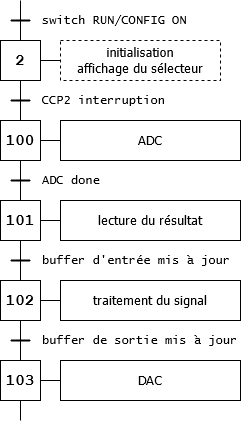
laura-bin/2021_microcontroleurs keeps this draw.io diagram as LB_PIC18F8722_Filtres/rapport/images/orga_run.png. Above is the earlier version. Source tidied: cells renumbered, new cells last; positions are measured from the earlier drawing's top-left corner, leaving out a move shared by most shapes. The source it was exported from:
```xml
<mxGraphModel>
  <root>
    <mxCell id="0" />
    <mxCell id="1" parent="0" />
    <mxCell id="2" value="&lt;font style=&quot;font-size: 16px&quot;&gt;&lt;b&gt;&lt;font style=&quot;font-size: 16px&quot; face=&quot;Courier New&quot;&gt;2&lt;/font&gt;&lt;/b&gt;&lt;/font&gt;" style="rounded=0;whiteSpace=wrap;html=1;" parent="1" vertex="1">
      <mxGeometry y="40" width="40" height="40" as="geometry" />
    </mxCell>
    <mxCell id="3" style="edgeStyle=orthogonalEdgeStyle;rounded=0;jettySize=auto;html=1;exitX=1;exitY=0.5;exitDx=0;exitDy=0;entryX=0;entryY=0.5;entryDx=0;entryDy=0;endArrow=none;endFill=0;" parent="1" edge="1" target="4">
      <mxGeometry relative="1" as="geometry">
        <mxPoint x="40" y="60" as="sourcePoint" />
      </mxGeometry>
    </mxCell>
    <mxCell id="4" value="&lt;div style=&quot;font-size: 13px&quot; align=&quot;center&quot;&gt;&lt;font style=&quot;font-size: 13px&quot; face=&quot;Tahoma&quot;&gt;initialisation&lt;br&gt;&lt;/font&gt;&lt;/div&gt;&lt;div style=&quot;font-size: 13px&quot; align=&quot;center&quot;&gt;&lt;font style=&quot;font-size: 13px&quot; face=&quot;Tahoma&quot;&gt;affichage du sélecteur&lt;br&gt;&lt;/font&gt;&lt;/div&gt;" style="rounded=0;whiteSpace=wrap;html=1;strokeColor=#000000;strokeWidth=1;dashed=1;align=center;" parent="1" vertex="1">
      <mxGeometry x="60" y="40" width="160" height="40" as="geometry" />
    </mxCell>
    <mxCell id="5" style="edgeStyle=orthogonalEdgeStyle;rounded=0;jettySize=auto;html=1;exitX=0.5;exitY=1;exitDx=0;exitDy=0;entryX=0.5;entryY=0;entryDx=0;entryDy=0;endArrow=none;endFill=0;" parent="1" edge="1" source="6" target="12">
      <mxGeometry relative="1" as="geometry" />
    </mxCell>
    <mxCell id="6" value="&lt;font style=&quot;font-size: 16px&quot;&gt;&lt;b&gt;&lt;font style=&quot;font-size: 16px&quot; face=&quot;Courier New&quot;&gt;100&lt;/font&gt;&lt;/b&gt;&lt;/font&gt;" style="rounded=0;whiteSpace=wrap;html=1;" parent="1" vertex="1">
      <mxGeometry y="120" width="40" height="40" as="geometry" />
    </mxCell>
    <mxCell id="7" style="edgeStyle=orthogonalEdgeStyle;rounded=0;jettySize=auto;html=1;exitX=1;exitY=0.5;exitDx=0;exitDy=0;entryX=0;entryY=0.5;entryDx=0;entryDy=0;endArrow=none;endFill=0;" parent="1" edge="1" target="8">
      <mxGeometry relative="1" as="geometry">
        <mxPoint x="40" y="140" as="sourcePoint" />
      </mxGeometry>
    </mxCell>
    <mxCell id="8" value="&lt;div style=&quot;font-size: 13px&quot; align=&quot;center&quot;&gt;&lt;font style=&quot;font-size: 13px&quot; face=&quot;Tahoma&quot;&gt;ADC&lt;br&gt;&lt;/font&gt;&lt;/div&gt;" style="rounded=0;whiteSpace=wrap;html=1;strokeColor=#000000;strokeWidth=1;align=center;" parent="1" vertex="1">
      <mxGeometry x="60" y="120" width="180" height="40" as="geometry" />
    </mxCell>
    <mxCell id="9" style="endArrow=none;html=1;strokeWidth=2;" parent="1" edge="1">
      <mxGeometry relative="1" as="geometry">
        <mxPoint x="10" y="100" as="sourcePoint" />
        <mxPoint x="30" y="100" as="targetPoint" />
      </mxGeometry>
    </mxCell>
    <mxCell id="10" value="&lt;div align=&quot;left&quot;&gt;&lt;font face=&quot;Lucida Console&quot;&gt;CCP2 interruption&lt;/font&gt;&lt;font face=&quot;Lucida Console&quot;&gt;&lt;br&gt;&lt;/font&gt;&lt;/div&gt;" style="text;html=1;strokeColor=none;fillColor=none;align=left;verticalAlign=middle;whiteSpace=wrap;rounded=0;" parent="1" vertex="1">
      <mxGeometry x="40" y="90" width="200" height="20" as="geometry" />
    </mxCell>
    <mxCell id="11" style="edgeStyle=orthogonalEdgeStyle;rounded=0;jettySize=auto;html=1;exitX=0.5;exitY=1;exitDx=0;exitDy=0;entryX=0.5;entryY=0;entryDx=0;entryDy=0;endArrow=none;endFill=0;" parent="1" edge="1" source="12" target="17">
      <mxGeometry relative="1" as="geometry" />
    </mxCell>
    <mxCell id="12" value="&lt;font style=&quot;font-size: 16px&quot;&gt;&lt;b&gt;&lt;font style=&quot;font-size: 16px&quot; face=&quot;Courier New&quot;&gt;101&lt;/font&gt;&lt;/b&gt;&lt;/font&gt;" style="rounded=0;whiteSpace=wrap;html=1;" parent="1" vertex="1">
      <mxGeometry y="200" width="40" height="40" as="geometry" />
    </mxCell>
    <mxCell id="13" style="edgeStyle=orthogonalEdgeStyle;rounded=0;jettySize=auto;html=1;exitX=1;exitY=0.5;exitDx=0;exitDy=0;entryX=0;entryY=0.5;entryDx=0;entryDy=0;endArrow=none;endFill=0;" parent="1" edge="1" target="14">
      <mxGeometry relative="1" as="geometry">
        <mxPoint x="40" y="220" as="sourcePoint" />
      </mxGeometry>
    </mxCell>
    <mxCell id="14" value="&lt;font style=&quot;font-size: 13px&quot; face=&quot;Tahoma&quot;&gt;lecture du résultat&lt;br&gt;&lt;/font&gt;" style="rounded=0;whiteSpace=wrap;html=1;strokeColor=#000000;strokeWidth=1;align=center;" parent="1" vertex="1">
      <mxGeometry x="60" y="200" width="180" height="40" as="geometry" />
    </mxCell>
    <mxCell id="15" style="endArrow=none;html=1;strokeWidth=2;" parent="1" edge="1">
      <mxGeometry relative="1" as="geometry">
        <mxPoint x="10" y="180" as="sourcePoint" />
        <mxPoint x="30" y="180" as="targetPoint" />
      </mxGeometry>
    </mxCell>
    <mxCell id="16" value="&lt;div align=&quot;left&quot;&gt;&lt;font face=&quot;Lucida Console&quot;&gt;ADC done&lt;/font&gt;&lt;font face=&quot;Lucida Console&quot;&gt;&lt;br&gt;&lt;/font&gt;&lt;/div&gt;" style="text;html=1;strokeColor=none;fillColor=none;align=left;verticalAlign=middle;whiteSpace=wrap;rounded=0;" parent="1" vertex="1">
      <mxGeometry x="40" y="170" width="200" height="20" as="geometry" />
    </mxCell>
    <mxCell id="17" value="&lt;font style=&quot;font-size: 16px&quot;&gt;&lt;b&gt;&lt;font style=&quot;font-size: 16px&quot; face=&quot;Courier New&quot;&gt;102&lt;/font&gt;&lt;/b&gt;&lt;/font&gt;" style="rounded=0;whiteSpace=wrap;html=1;" parent="1" vertex="1">
      <mxGeometry y="280" width="40" height="40" as="geometry" />
    </mxCell>
    <mxCell id="18" style="edgeStyle=orthogonalEdgeStyle;rounded=0;jettySize=auto;html=1;exitX=1;exitY=0.5;exitDx=0;exitDy=0;entryX=0;entryY=0.5;entryDx=0;entryDy=0;endArrow=none;endFill=0;" parent="1" edge="1" target="19">
      <mxGeometry relative="1" as="geometry">
        <mxPoint x="40" y="300" as="sourcePoint" />
      </mxGeometry>
    </mxCell>
    <mxCell id="19" value="&lt;div style=&quot;font-size: 13px&quot; align=&quot;center&quot;&gt;&lt;font style=&quot;font-size: 13px&quot; face=&quot;Tahoma&quot;&gt;traitement du signal&lt;br&gt;&lt;/font&gt;&lt;/div&gt;" style="rounded=0;whiteSpace=wrap;html=1;strokeColor=#000000;strokeWidth=1;align=center;" parent="1" vertex="1">
      <mxGeometry x="60" y="280" width="180" height="40" as="geometry" />
    </mxCell>
    <mxCell id="20" style="endArrow=none;html=1;strokeWidth=2;" parent="1" edge="1">
      <mxGeometry relative="1" as="geometry">
        <mxPoint x="10" y="260" as="sourcePoint" />
        <mxPoint x="30" y="260" as="targetPoint" />
      </mxGeometry>
    </mxCell>
    <mxCell id="21" value="&lt;div align=&quot;left&quot;&gt;&lt;font face=&quot;Lucida Console&quot;&gt;buffer d'entrée mis à jour&lt;/font&gt;&lt;font face=&quot;Lucida Console&quot;&gt;&lt;br&gt;&lt;/font&gt;&lt;/div&gt;" style="text;html=1;strokeColor=none;fillColor=none;align=left;verticalAlign=middle;whiteSpace=wrap;rounded=0;" parent="1" vertex="1">
      <mxGeometry x="40" y="250" width="200" height="20" as="geometry" />
    </mxCell>
    <mxCell id="22" style="endArrow=none;html=1;strokeWidth=2;" parent="1" edge="1">
      <mxGeometry relative="1" as="geometry">
        <mxPoint x="10" y="340" as="sourcePoint" />
        <mxPoint x="30" y="340" as="targetPoint" />
      </mxGeometry>
    </mxCell>
    <mxCell id="23" value="&lt;div align=&quot;left&quot;&gt;&lt;font face=&quot;Lucida Console&quot;&gt;buffer de sortie mis à jour&lt;br&gt;&lt;/font&gt;&lt;/div&gt;" style="text;html=1;strokeColor=none;fillColor=none;align=left;verticalAlign=middle;whiteSpace=wrap;rounded=0;" parent="1" vertex="1">
      <mxGeometry x="40" y="330" width="200" height="20" as="geometry" />
    </mxCell>
    <mxCell id="24" style="endArrow=none;html=1;entryX=0.5;entryY=1;entryDx=0;entryDy=0;" parent="1" edge="1" target="17">
      <mxGeometry relative="1" as="geometry">
        <mxPoint x="20" y="360" as="sourcePoint" />
      </mxGeometry>
    </mxCell>
    <mxCell id="25" style="endArrow=none;html=1;strokeWidth=2;" parent="1" edge="1">
      <mxGeometry relative="1" as="geometry">
        <mxPoint x="10" y="20" as="sourcePoint" />
        <mxPoint x="30" y="20" as="targetPoint" />
      </mxGeometry>
    </mxCell>
    <mxCell id="26" value="&lt;div align=&quot;left&quot;&gt;&lt;font face=&quot;Lucida Console&quot;&gt;switch RUN/CONFIG ON&lt;/font&gt;&lt;/div&gt;" style="text;html=1;strokeColor=none;fillColor=none;align=left;verticalAlign=middle;whiteSpace=wrap;rounded=0;" parent="1" vertex="1">
      <mxGeometry x="40" y="10" width="200" height="20" as="geometry" />
    </mxCell>
    <mxCell id="27" style="endArrow=none;html=1;exitX=0.5;exitY=0;exitDx=0;exitDy=0;" parent="1" edge="1">
      <mxGeometry relative="1" as="geometry">
        <mxPoint x="20" y="40" as="sourcePoint" />
        <mxPoint x="20" as="targetPoint" />
      </mxGeometry>
    </mxCell>
    <mxCell id="28" value="&lt;font style=&quot;font-size: 16px&quot;&gt;&lt;b&gt;&lt;font style=&quot;font-size: 16px&quot; face=&quot;Courier New&quot;&gt;103&lt;/font&gt;&lt;/b&gt;&lt;/font&gt;" style="rounded=0;whiteSpace=wrap;html=1;" parent="1" vertex="1">
      <mxGeometry y="360" width="40" height="40" as="geometry" />
    </mxCell>
    <mxCell id="29" style="edgeStyle=orthogonalEdgeStyle;rounded=0;jettySize=auto;html=1;exitX=1;exitY=0.5;exitDx=0;exitDy=0;entryX=0;entryY=0.5;entryDx=0;entryDy=0;endArrow=none;endFill=0;" parent="1" edge="1" target="30">
      <mxGeometry relative="1" as="geometry">
        <mxPoint x="40" y="380" as="sourcePoint" />
      </mxGeometry>
    </mxCell>
    <mxCell id="30" value="&lt;div style=&quot;font-size: 13px&quot; align=&quot;center&quot;&gt;&lt;font style=&quot;font-size: 13px&quot; face=&quot;Tahoma&quot;&gt;DAC&lt;br&gt;&lt;/font&gt;&lt;/div&gt;" style="rounded=0;whiteSpace=wrap;html=1;strokeColor=#000000;strokeWidth=1;align=center;" parent="1" vertex="1">
      <mxGeometry x="60" y="360" width="180" height="40" as="geometry" />
    </mxCell>
    <mxCell id="31" style="endArrow=none;html=1;entryX=0.5;entryY=1;entryDx=0;entryDy=0;" parent="1" edge="1" target="28">
      <mxGeometry relative="1" as="geometry">
        <mxPoint x="20" y="420" as="sourcePoint" />
      </mxGeometry>
    </mxCell>
    <mxCell id="32" style="endArrow=none;html=1;exitX=0.5;exitY=0;exitDx=0;exitDy=0;entryX=0.5;entryY=1;entryDx=0;entryDy=0;" parent="1" edge="1" source="6">
      <mxGeometry relative="1" as="geometry">
        <mxPoint x="20" y="80" as="targetPoint" />
      </mxGeometry>
    </mxCell>
  </root>
</mxGraphModel>
```
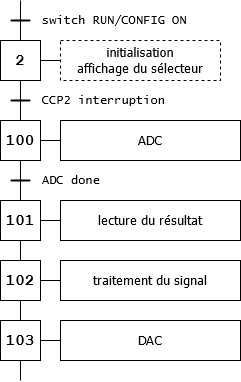
After the commit.

Diff of the diagram source:
```diff
@@ -60,37 +60,19 @@
       <mxGeometry x="40" y="170" width="200" height="20" as="geometry" />
     </mxCell>
     <mxCell id="17" value="&lt;font style=&quot;font-size: 16px&quot;&gt;&lt;b&gt;&lt;font style=&quot;font-size: 16px&quot; face=&quot;Courier New&quot;&gt;102&lt;/font&gt;&lt;/b&gt;&lt;/font&gt;" style="rounded=0;whiteSpace=wrap;html=1;" parent="1" vertex="1">
-      <mxGeometry y="280" width="40" height="40" as="geometry" />
+      <mxGeometry y="260" width="40" height="40" as="geometry" />
     </mxCell>
     <mxCell id="18" style="edgeStyle=orthogonalEdgeStyle;rounded=0;jettySize=auto;html=1;exitX=1;exitY=0.5;exitDx=0;exitDy=0;entryX=0;entryY=0.5;entryDx=0;entryDy=0;endArrow=none;endFill=0;" parent="1" edge="1" target="19">
       <mxGeometry relative="1" as="geometry">
-        <mxPoint x="40" y="300" as="sourcePoint" />
+        <mxPoint x="40" y="280" as="sourcePoint" />
       </mxGeometry>
     </mxCell>
     <mxCell id="19" value="&lt;div style=&quot;font-size: 13px&quot; align=&quot;center&quot;&gt;&lt;font style=&quot;font-size: 13px&quot; face=&quot;Tahoma&quot;&gt;traitement du signal&lt;br&gt;&lt;/font&gt;&lt;/div&gt;" style="rounded=0;whiteSpace=wrap;html=1;strokeColor=#000000;strokeWidth=1;align=center;" parent="1" vertex="1">
-      <mxGeometry x="60" y="280" width="180" height="40" as="geometry" />
+      <mxGeometry x="60" y="260" width="180" height="40" as="geometry" />
     </mxCell>
-    <mxCell id="20" style="endArrow=none;html=1;strokeWidth=2;" parent="1" edge="1">
-      <mxGeometry relative="1" as="geometry">
-        <mxPoint x="10" y="260" as="sourcePoint" />
-        <mxPoint x="30" y="260" as="targetPoint" />
-      </mxGeometry>
-    </mxCell>
-    <mxCell id="21" value="&lt;div align=&quot;left&quot;&gt;&lt;font face=&quot;Lucida Console&quot;&gt;buffer d'entrée mis à jour&lt;/font&gt;&lt;font face=&quot;Lucida Console&quot;&gt;&lt;br&gt;&lt;/font&gt;&lt;/div&gt;" style="text;html=1;strokeColor=none;fillColor=none;align=left;verticalAlign=middle;whiteSpace=wrap;rounded=0;" parent="1" vertex="1">
-      <mxGeometry x="40" y="250" width="200" height="20" as="geometry" />
-    </mxCell>
-    <mxCell id="22" style="endArrow=none;html=1;strokeWidth=2;" parent="1" edge="1">
-      <mxGeometry relative="1" as="geometry">
-        <mxPoint x="10" y="340" as="sourcePoint" />
-        <mxPoint x="30" y="340" as="targetPoint" />
-      </mxGeometry>
-    </mxCell>
-    <mxCell id="23" value="&lt;div align=&quot;left&quot;&gt;&lt;font face=&quot;Lucida Console&quot;&gt;buffer de sortie mis à jour&lt;br&gt;&lt;/font&gt;&lt;/div&gt;" style="text;html=1;strokeColor=none;fillColor=none;align=left;verticalAlign=middle;whiteSpace=wrap;rounded=0;" parent="1" vertex="1">
-      <mxGeometry x="40" y="330" width="200" height="20" as="geometry" />
-    </mxCell>
     <mxCell id="24" style="endArrow=none;html=1;entryX=0.5;entryY=1;entryDx=0;entryDy=0;" parent="1" edge="1" target="17">
       <mxGeometry relative="1" as="geometry">
-        <mxPoint x="20" y="360" as="sourcePoint" />
+        <mxPoint x="20" y="340" as="sourcePoint" />
       </mxGeometry>
     </mxCell>
     <mxCell id="25" style="endArrow=none;html=1;strokeWidth=2;" parent="1" edge="1">
@@ -109,19 +91,19 @@
       </mxGeometry>
     </mxCell>
     <mxCell id="28" value="&lt;font style=&quot;font-size: 16px&quot;&gt;&lt;b&gt;&lt;font style=&quot;font-size: 16px&quot; face=&quot;Courier New&quot;&gt;103&lt;/font&gt;&lt;/b&gt;&lt;/font&gt;" style="rounded=0;whiteSpace=wrap;html=1;" parent="1" vertex="1">
-      <mxGeometry y="360" width="40" height="40" as="geometry" />
+      <mxGeometry y="320" width="40" height="40" as="geometry" />
     </mxCell>
     <mxCell id="29" style="edgeStyle=orthogonalEdgeStyle;rounded=0;jettySize=auto;html=1;exitX=1;exitY=0.5;exitDx=0;exitDy=0;entryX=0;entryY=0.5;entryDx=0;entryDy=0;endArrow=none;endFill=0;" parent="1" edge="1" target="30">
       <mxGeometry relative="1" as="geometry">
-        <mxPoint x="40" y="380" as="sourcePoint" />
+        <mxPoint x="40" y="340" as="sourcePoint" />
       </mxGeometry>
     </mxCell>
     <mxCell id="30" value="&lt;div style=&quot;font-size: 13px&quot; align=&quot;center&quot;&gt;&lt;font style=&quot;font-size: 13px&quot; face=&quot;Tahoma&quot;&gt;DAC&lt;br&gt;&lt;/font&gt;&lt;/div&gt;" style="rounded=0;whiteSpace=wrap;html=1;strokeColor=#000000;strokeWidth=1;align=center;" parent="1" vertex="1">
-      <mxGeometry x="60" y="360" width="180" height="40" as="geometry" />
+      <mxGeometry x="60" y="320" width="180" height="40" as="geometry" />
     </mxCell>
     <mxCell id="31" style="endArrow=none;html=1;entryX=0.5;entryY=1;entryDx=0;entryDy=0;" parent="1" edge="1" target="28">
       <mxGeometry relative="1" as="geometry">
-        <mxPoint x="20" y="420" as="sourcePoint" />
+        <mxPoint x="20" y="380" as="sourcePoint" />
       </mxGeometry>
     </mxCell>
     <mxCell id="32" style="endArrow=none;html=1;exitX=0.5;exitY=0;exitDx=0;exitDy=0;entryX=0.5;entryY=1;entryDx=0;entryDy=0;" parent="1" edge="1" source="6">
```
